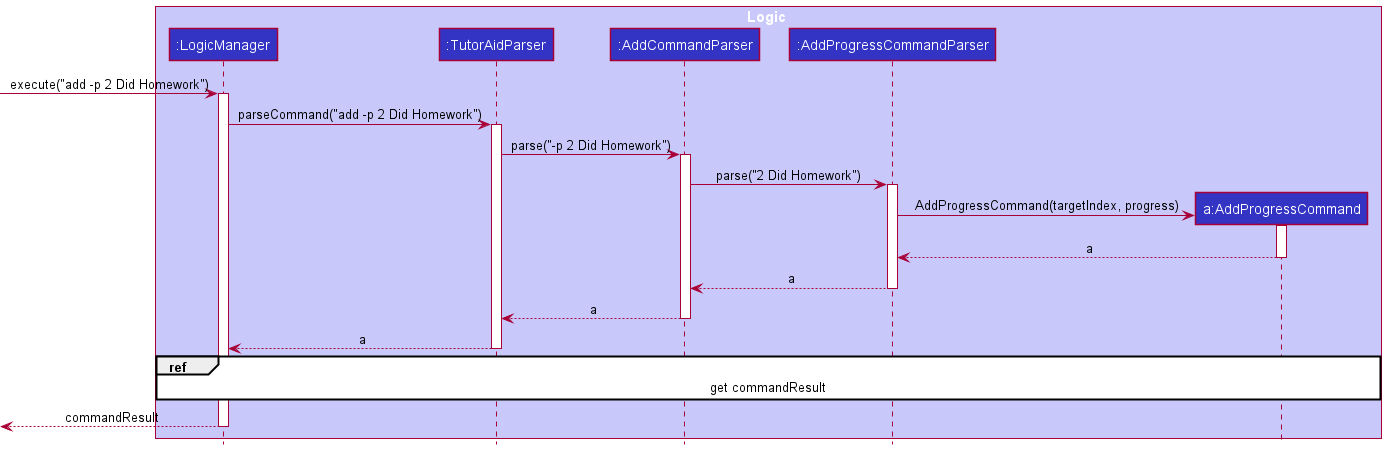
Above: docs/images/ParseAddProgressSequenceDiagram.png in nus-cs2103-AY2122S1/tp (PlantUML), before the change. Source of this version:
```plantuml
@startuml
!include style.puml

box Logic LOGIC_COLOR_T1
participant ":LogicManager" as LogicManager LOGIC_COLOR
participant ":TutorAidParser" as TutorAidParser LOGIC_COLOR
participant ":AddCommandParser" as AddCommandParser LOGIC_COLOR
participant ":AddProgressCommandParser" as AddProgressCommandParser LOGIC_COLOR
participant "a:AddProgressCommand" as AddProgressCommand LOGIC_COLOR
end box

[-> LogicManager : execute("add -p 2 Did Homework")
activate LogicManager

LogicManager -> TutorAidParser : parseCommand("add -p 2 Did Homework")
activate TutorAidParser

TutorAidParser -> AddCommandParser : parse("-p 2 Did Homework")
activate AddCommandParser

AddCommandParser -> AddProgressCommandParser : parse("2 Did Homework")
activate AddProgressCommandParser

create AddProgressCommand
AddProgressCommandParser -> AddProgressCommand : AddProgressCommand(targetIndex, progress)
activate AddProgressCommand
AddProgressCommandParser <-- AddProgressCommand : a
deactivate AddProgressCommand

AddCommandParser <-- AddProgressCommandParser : a
deactivate AddProgressCommandParser

TutorAidParser <-- AddCommandParser : a
deactivate AddCommandParser

LogicManager <-- TutorAidParser : a
deactivate TutorAidParser

ref over LogicManager, AddProgressCommand : get commandResult
<-- LogicManager : commandResult
deactivate LogicManager
@enduml
```
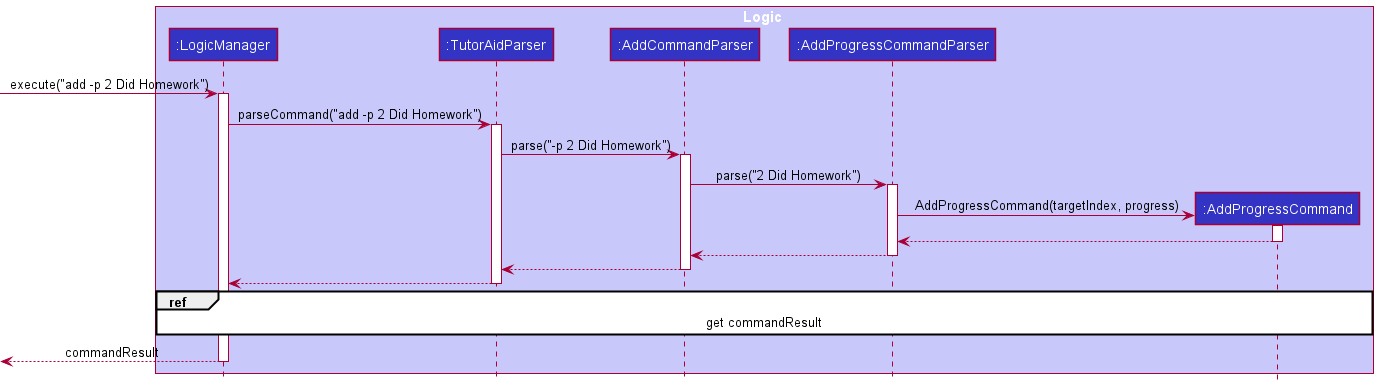
Above is the later version.

Diff of the diagram source:
```diff
@@ -6,7 +6,7 @@
 participant ":TutorAidParser" as TutorAidParser LOGIC_COLOR
 participant ":AddCommandParser" as AddCommandParser LOGIC_COLOR
 participant ":AddProgressCommandParser" as AddProgressCommandParser LOGIC_COLOR
-participant "a:AddProgressCommand" as AddProgressCommand LOGIC_COLOR
+participant ":AddProgressCommand" as AddProgressCommand LOGIC_COLOR
 end box
 
 [-> LogicManager : execute("add -p 2 Did Homework")
@@ -24,16 +24,16 @@
 create AddProgressCommand
 AddProgressCommandParser -> AddProgressCommand : AddProgressCommand(targetIndex, progress)
 activate AddProgressCommand
-AddProgressCommandParser <-- AddProgressCommand : a
+AddProgressCommandParser <-- AddProgressCommand
 deactivate AddProgressCommand
 
-AddCommandParser <-- AddProgressCommandParser : a
+AddCommandParser <-- AddProgressCommandParser
 deactivate AddProgressCommandParser
 
-TutorAidParser <-- AddCommandParser : a
+TutorAidParser <-- AddCommandParser
 deactivate AddCommandParser
 
-LogicManager <-- TutorAidParser : a
+LogicManager <-- TutorAidParser
 deactivate TutorAidParser
 
 ref over LogicManager, AddProgressCommand : get commandResult
```
